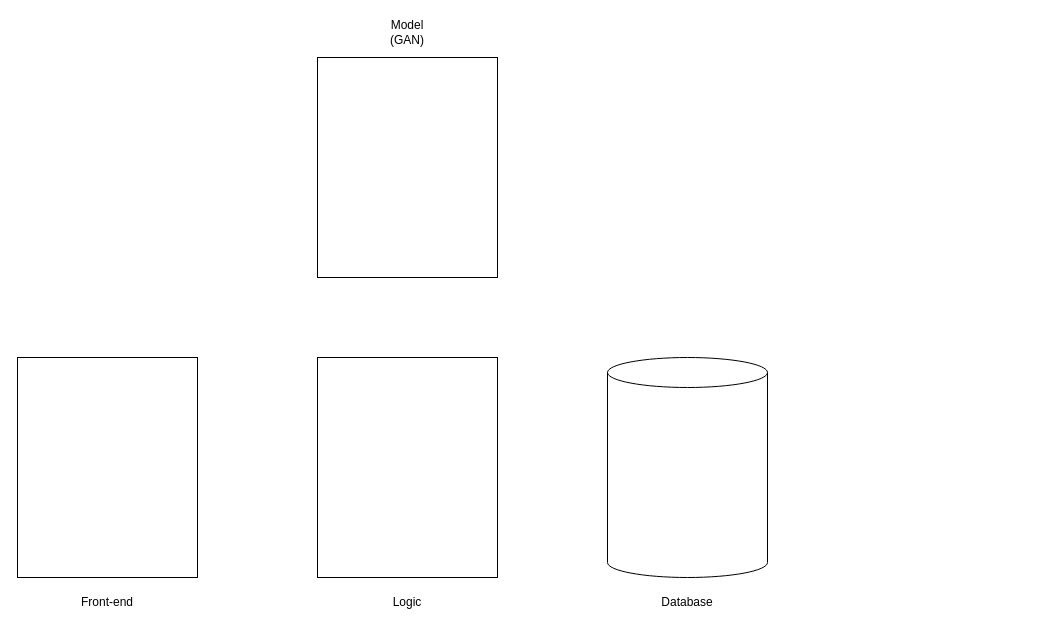
This is det-diag-v-1.drawio from aditya-deo/gan-paper-2-diagrams, a draw.io file, before an edit. Source tidied: cells renumbered, new cells numbered last; positions are measured from the earlier drawing's top-left corner, leaving out a move shared by most shapes. Both pictures are drawn from the tidied source at 100%, with x=0, y=0 at pixel (17, 17).
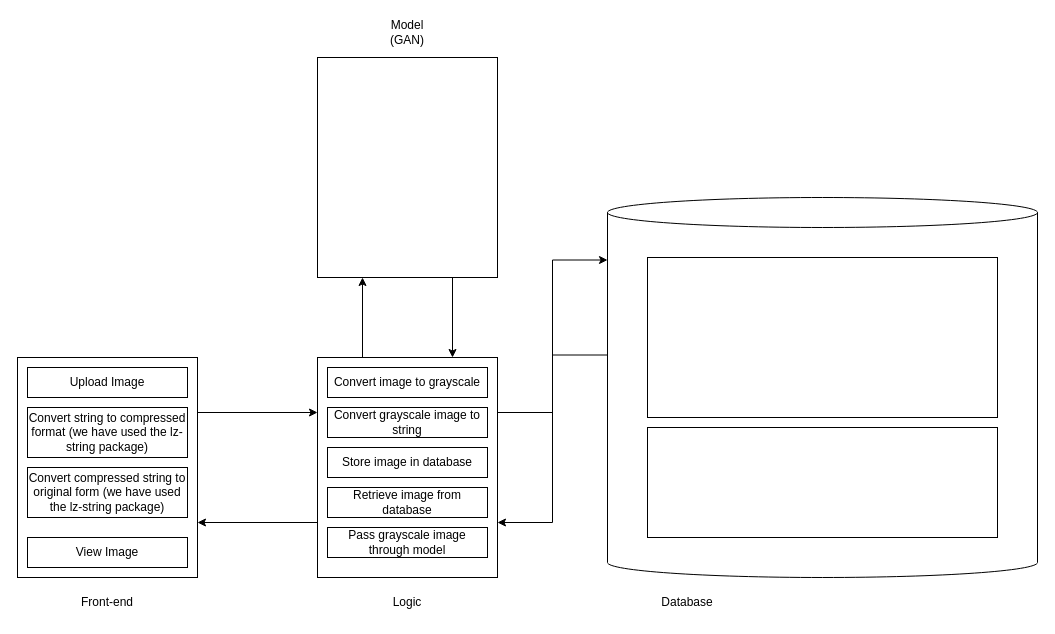
The same diagram, later.

Commit message:
Add functions to components

The change refers to these unchanged cells:
```xml
<mxCell id="2" style="rounded=0;whiteSpace=wrap;html=1;" parent="1" vertex="1">
  <mxGeometry y="340" width="180" height="220" as="geometry" />
</mxCell>
<mxCell id="3" style="rounded=0;whiteSpace=wrap;html=1;" parent="1" vertex="1">
  <mxGeometry x="300" y="340" width="180" height="220" as="geometry" />
</mxCell>
<mxCell id="4" style="rounded=0;whiteSpace=wrap;html=1;" parent="1" vertex="1">
  <mxGeometry x="300" y="40" width="180" height="220" as="geometry" />
</mxCell>
```

Change to the diagram source:
```diff
@@
+    <mxCell id="10" style="edgeStyle=orthogonalEdgeStyle;rounded=0;jettySize=auto;html=1;exitX=1;exitY=0.25;exitDx=0;exitDy=0;entryX=0;entryY=0.25;entryDx=0;entryDy=0;" parent="1" edge="1" source="2" target="3">
+      <mxGeometry relative="1" as="geometry" />
+    </mxCell>
@@
+    <mxCell id="11" style="edgeStyle=orthogonalEdgeStyle;rounded=0;jettySize=auto;html=1;exitX=0.25;exitY=0;exitDx=0;exitDy=0;entryX=0.25;entryY=1;entryDx=0;entryDy=0;" parent="1" edge="1" source="3" target="4">
+      <mxGeometry relative="1" as="geometry" />
+    </mxCell>
+    <mxCell id="12" style="edgeStyle=orthogonalEdgeStyle;rounded=0;jettySize=auto;html=1;exitX=1;exitY=0.25;exitDx=0;exitDy=0;entryX=0;entryY=0;entryDx=0;entryDy=62.5;entryPerimeter=0;" parent="1" edge="1" source="3" target="5">
+      <mxGeometry relative="1" as="geometry" />
+    </mxCell>
+    <mxCell id="13" style="edgeStyle=orthogonalEdgeStyle;rounded=0;jettySize=auto;html=1;exitX=0;exitY=0.75;exitDx=0;exitDy=0;entryX=1;entryY=0.75;entryDx=0;entryDy=0;" parent="1" edge="1" source="3" target="2">
+      <mxGeometry relative="1" as="geometry" />
+    </mxCell>
@@
+    <mxCell id="14" style="edgeStyle=orthogonalEdgeStyle;rounded=0;jettySize=auto;html=1;exitX=0.75;exitY=1;exitDx=0;exitDy=0;entryX=0.75;entryY=0;entryDx=0;entryDy=0;" parent="1" edge="1" source="4" target="3">
+      <mxGeometry relative="1" as="geometry" />
+    </mxCell>
@@
+    <mxCell id="15" style="edgeStyle=orthogonalEdgeStyle;rounded=0;jettySize=auto;html=1;exitX=0;exitY=0;exitDx=0;exitDy=157.5;exitPerimeter=0;entryX=1;entryY=0.75;entryDx=0;entryDy=0;" parent="1" edge="1" source="5" target="3">
+      <mxGeometry relative="1" as="geometry" />
+    </mxCell>
     <mxCell id="5" style="shape=cylinder3;whiteSpace=wrap;html=1;boundedLbl=1;backgroundOutline=1;size=15;" parent="1" vertex="1">
-      <mxGeometry x="590" y="340" width="160" height="220" as="geometry" />
+      <mxGeometry x="590" y="180" width="430" height="380" as="geometry" />
     </mxCell>
@@
+    <mxCell id="16" value="Upload Image" style="rounded=0;whiteSpace=wrap;html=1;" parent="1" vertex="1">
+      <mxGeometry x="10" y="350" width="160" height="30" as="geometry" />
+    </mxCell>
+    <mxCell id="17" value="View Image" style="rounded=0;whiteSpace=wrap;html=1;" parent="1" vertex="1">
+      <mxGeometry x="10" y="520" width="160" height="30" as="geometry" />
+    </mxCell>
+    <mxCell id="18" value="Convert string to compressed format (we have used the lz-string package)" style="rounded=0;whiteSpace=wrap;html=1;" parent="1" vertex="1">
+      <mxGeometry x="10" y="390" width="160" height="50" as="geometry" />
+    </mxCell>
+    <mxCell id="19" value="Convert compressed string to original form (we have used the lz-string package)" style="rounded=0;whiteSpace=wrap;html=1;" parent="1" vertex="1">
+      <mxGeometry x="10" y="450" width="160" height="50" as="geometry" />
+    </mxCell>
+    <mxCell id="20" value="Convert grayscale image to string" style="rounded=0;whiteSpace=wrap;html=1;" parent="1" vertex="1">
+      <mxGeometry x="310" y="390" width="160" height="30" as="geometry" />
+    </mxCell>
+    <mxCell id="21" value="Store image in database" style="rounded=0;whiteSpace=wrap;html=1;" parent="1" vertex="1">
+      <mxGeometry x="310" y="430" width="160" height="30" as="geometry" />
+    </mxCell>
+    <mxCell id="22" value="Retrieve image from database" style="rounded=0;whiteSpace=wrap;html=1;" parent="1" vertex="1">
+      <mxGeometry x="310" y="470" width="160" height="30" as="geometry" />
+    </mxCell>
+    <mxCell id="23" value="Convert image to grayscale" style="rounded=0;whiteSpace=wrap;html=1;" parent="1" vertex="1">
+      <mxGeometry x="310" y="350" width="160" height="30" as="geometry" />
+    </mxCell>
+    <mxCell id="24" value="Pass grayscale image through model" style="rounded=0;whiteSpace=wrap;html=1;" parent="1" vertex="1">
+      <mxGeometry x="310" y="510" width="160" height="30" as="geometry" />
+    </mxCell>
+    <mxCell id="25" style="rounded=0;whiteSpace=wrap;html=1;align=left;" parent="1" vertex="1">
+      <mxGeometry x="630" y="240" width="350" height="160" as="geometry" />
+    </mxCell>
+    <mxCell id="26" style="rounded=0;whiteSpace=wrap;html=1;" parent="1" vertex="1">
+      <mxGeometry x="630" y="410" width="350" height="110" as="geometry" />
+    </mxCell>
```
